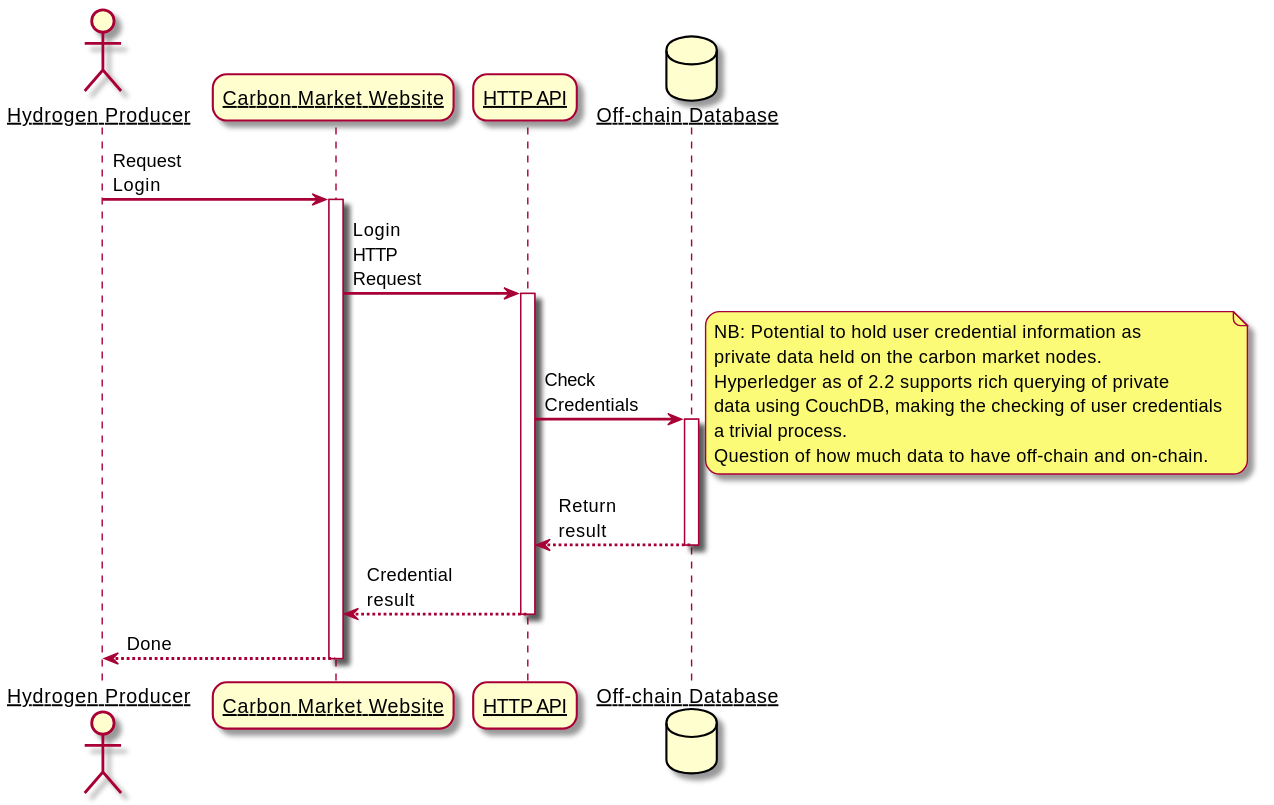
Above: diagrams/out/login/Login.svg in oscargolding/Carboncoin-ESG (PlantUML), before the change. Its diagram source:
```plantuml
@startuml Login
skinparam sequenceArrowThickness 2
skinparam roundcorner 20
skinparam maxmessagesize 60
skinparam sequenceParticipant underline

actor "Hydrogen Producer" as User
participant "Carbon Market Website" as A
participant "HTTP API" as B
database "Off-chain Database" as C

User -> A: Request Login
activate A

A -> B: Login HTTP Request
activate B

B -> C: Check Credentials
activate C
note right
NB: Potential to hold user credential information as
private data held on the carbon market nodes.
Hyperledger as of 2.2 supports rich querying of private
data using CouchDB, making the checking of user credentials
a trivial process.
Question of how much data to have off-chain and on-chain.
end note
C --> B: Return result
deactivate C

B --> A: Credential result
deactivate B

A --> User: Done
deactivate A

@enduml
```
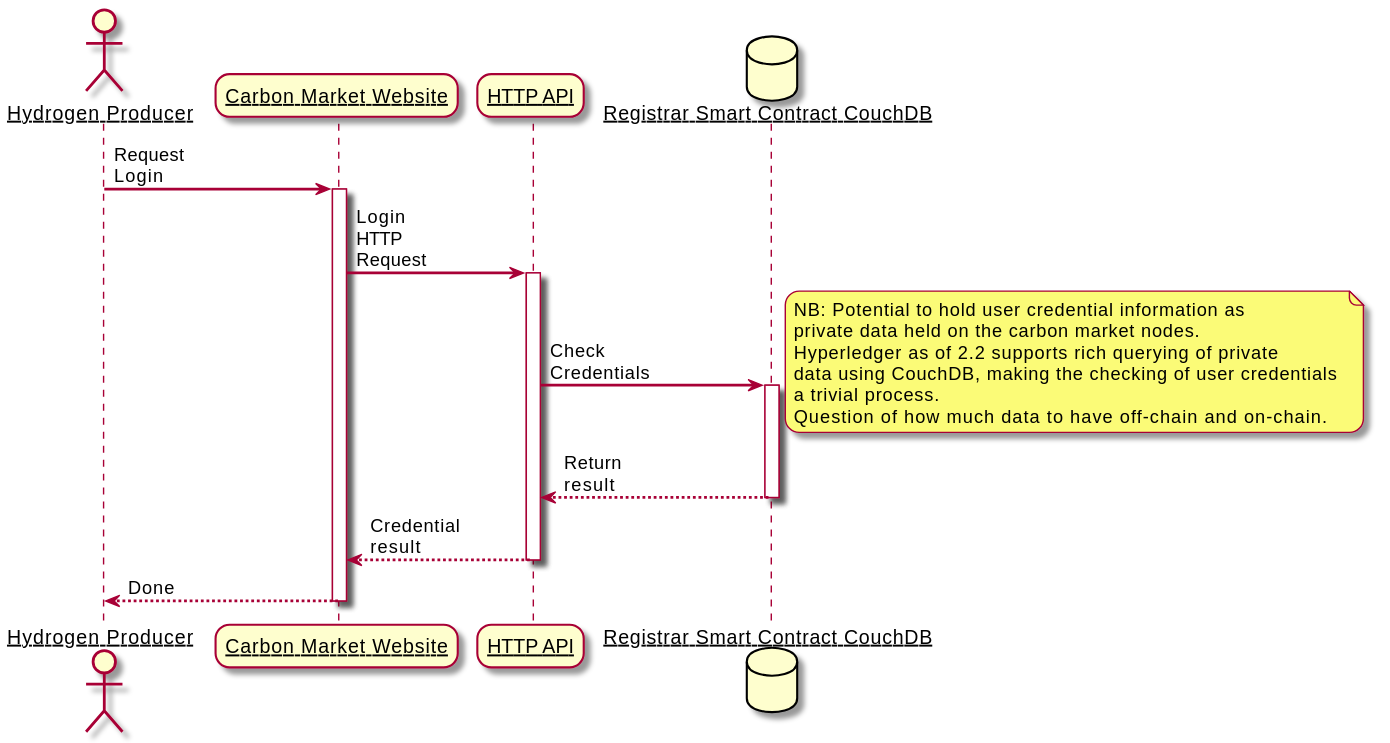
After the commit.

Change to the diagram source:
```diff
@@ -7,7 +7,7 @@
 actor "Hydrogen Producer" as User
 participant "Carbon Market Website" as A
 participant "HTTP API" as B
-database "Off-chain Database" as C
+database "Registrar Smart Contract CouchDB" as C
 
 User -> A: Request Login
 activate A
```
